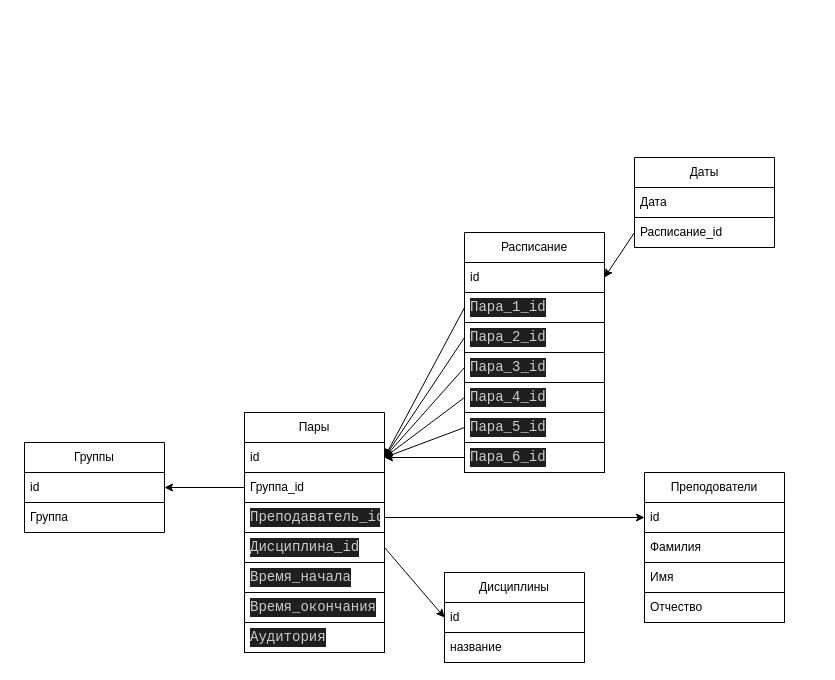
Before: sheme.drawio in N1k100n/tg.bot, a draw.io diagram. Source tidied: cells renumbered, new cells numbered last; positions are measured from the earlier drawing's top-left corner, leaving out a move shared by most shapes. Both pictures are drawn from the tidied source at 100%, with x=0, y=0 at pixel (24, 157).
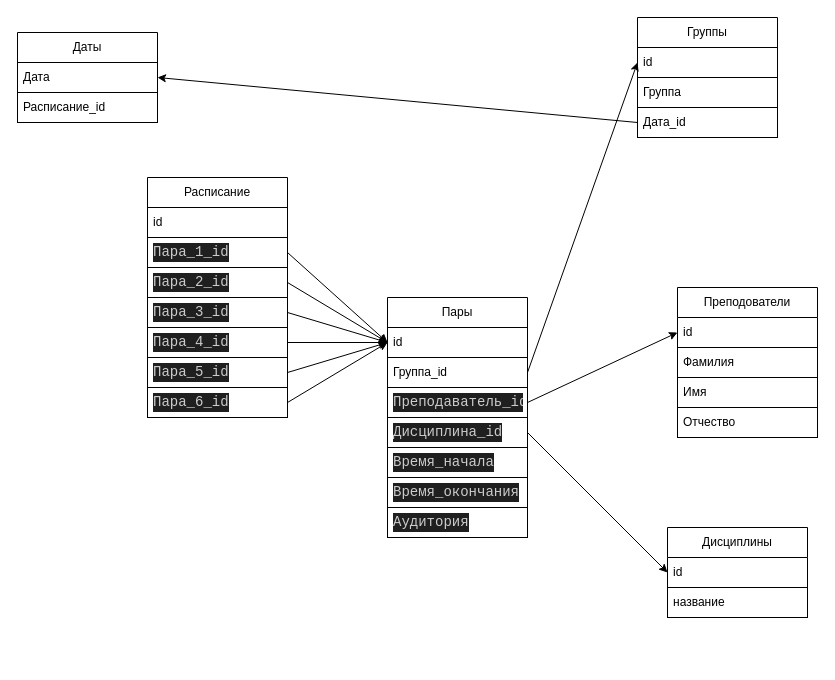
After the change.

Commit message:
готовая схема бд

Unchanged cells that the change refers to:
```xml
<mxCell id="3" value="id" style="text;strokeColor=default;fillColor=none;align=left;verticalAlign=middle;spacingLeft=4;spacingRight=4;overflow=hidden;points=[[0,0.5],[1,0.5]];portConstraint=eastwest;whiteSpace=wrap;html=1;" parent="2" vertex="1">
  <mxGeometry y="30" width="140" height="30" as="geometry" />
</mxCell>
<mxCell id="4" value="&lt;div style=&quot;color: rgb(204, 204, 204); background-color: rgb(31, 31, 31); font-family: Consolas, &amp;quot;Courier New&amp;quot;, monospace; font-size: 14px; line-height: 19px;&quot;&gt;Пара_1_id&lt;/div&gt;" style="text;strokeColor=default;fillColor=none;align=left;verticalAlign=middle;spacingLeft=4;spacingRight=4;overflow=hidden;points=[[0,0.5],[1,0.5]];portConstraint=eastwest;whiteSpace=wrap;html=1;" parent="2" vertex="1">
  <mxGeometry y="60" width="140" height="30" as="geometry" />
</mxCell>
<mxCell id="5" value="&lt;div style=&quot;color: rgb(204, 204, 204); background-color: rgb(31, 31, 31); font-family: Consolas, &amp;quot;Courier New&amp;quot;, monospace; font-size: 14px; line-height: 19px;&quot;&gt;Пара_2_id&lt;/div&gt;" style="text;strokeColor=default;fillColor=none;align=left;verticalAlign=middle;spacingLeft=4;spacingRight=4;overflow=hidden;points=[[0,0.5],[1,0.5]];portConstraint=eastwest;whiteSpace=wrap;html=1;" parent="2" vertex="1">
  <mxGeometry y="90" width="140" height="30" as="geometry" />
</mxCell>
<mxCell id="6" value="&lt;div style=&quot;color: rgb(204, 204, 204); background-color: rgb(31, 31, 31); font-family: Consolas, &amp;quot;Courier New&amp;quot;, monospace; font-size: 14px; line-height: 19px;&quot;&gt;Пара_3_id&lt;/div&gt;" style="text;strokeColor=default;fillColor=none;align=left;verticalAlign=middle;spacingLeft=4;spacingRight=4;overflow=hidden;points=[[0,0.5],[1,0.5]];portConstraint=eastwest;whiteSpace=wrap;html=1;" parent="2" vertex="1">
  <mxGeometry y="120" width="140" height="30" as="geometry" />
</mxCell>
<mxCell id="7" value="&lt;div style=&quot;color: rgb(204, 204, 204); background-color: rgb(31, 31, 31); font-family: Consolas, &amp;quot;Courier New&amp;quot;, monospace; font-size: 14px; line-height: 19px;&quot;&gt;Пара_4_id&lt;/div&gt;" style="text;strokeColor=default;fillColor=none;align=left;verticalAlign=middle;spacingLeft=4;spacingRight=4;overflow=hidden;points=[[0,0.5],[1,0.5]];portConstraint=eastwest;whiteSpace=wrap;html=1;" parent="2" vertex="1">
  <mxGeometry y="150" width="140" height="30" as="geometry" />
</mxCell>
<mxCell id="8" value="&lt;div style=&quot;color: rgb(204, 204, 204); background-color: rgb(31, 31, 31); font-family: Consolas, &amp;quot;Courier New&amp;quot;, monospace; font-size: 14px; line-height: 19px;&quot;&gt;Пара_5_id&lt;/div&gt;" style="text;strokeColor=default;fillColor=none;align=left;verticalAlign=middle;spacingLeft=4;spacingRight=4;overflow=hidden;points=[[0,0.5],[1,0.5]];portConstraint=eastwest;whiteSpace=wrap;html=1;" parent="2" vertex="1">
  <mxGeometry y="180" width="140" height="30" as="geometry" />
</mxCell>
<mxCell id="9" value="&lt;div style=&quot;color: rgb(204, 204, 204); background-color: rgb(31, 31, 31); font-family: Consolas, &amp;quot;Courier New&amp;quot;, monospace; font-size: 14px; line-height: 19px;&quot;&gt;&lt;div style=&quot;line-height: 19px;&quot;&gt;Пара_6_id&lt;/div&gt;&lt;/div&gt;" style="text;strokeColor=default;fillColor=none;align=left;verticalAlign=middle;spacingLeft=4;spacingRight=4;overflow=hidden;points=[[0,0.5],[1,0.5]];portConstraint=eastwest;whiteSpace=wrap;html=1;" parent="2" vertex="1">
  <mxGeometry y="210" width="140" height="30" as="geometry" />
</mxCell>
<mxCell id="11" value="id" style="text;strokeColor=default;fillColor=none;align=left;verticalAlign=middle;spacingLeft=4;spacingRight=4;overflow=hidden;points=[[0,0.5],[1,0.5]];portConstraint=eastwest;whiteSpace=wrap;html=1;" parent="10" vertex="1">
  <mxGeometry y="30" width="140" height="30" as="geometry" />
</mxCell>
<mxCell id="19" value="id" style="text;strokeColor=default;fillColor=none;align=left;verticalAlign=middle;spacingLeft=4;spacingRight=4;overflow=hidden;points=[[0,0.5],[1,0.5]];portConstraint=eastwest;whiteSpace=wrap;html=1;" parent="18" vertex="1">
  <mxGeometry y="30" width="140" height="30" as="geometry" />
</mxCell>
<mxCell id="20" value="Группа_id" style="text;strokeColor=default;fillColor=none;align=left;verticalAlign=middle;spacingLeft=4;spacingRight=4;overflow=hidden;points=[[0,0.5],[1,0.5]];portConstraint=eastwest;whiteSpace=wrap;html=1;" parent="18" vertex="1">
  <mxGeometry y="60" width="140" height="30" as="geometry" />
</mxCell>
<mxCell id="28" value="Расписание_id" style="text;strokeColor=default;fillColor=none;align=left;verticalAlign=middle;spacingLeft=4;spacingRight=4;overflow=hidden;points=[[0,0.5],[1,0.5]];portConstraint=eastwest;whiteSpace=wrap;html=1;" parent="26" vertex="1">
  <mxGeometry y="60" width="140" height="30" as="geometry" />
</mxCell>
```

The edit, as a diff of the source:
```diff
@@
     <mxCell id="2" value="Расписание" style="swimlane;fontStyle=0;horizontal=1;startSize=30;whiteSpace=wrap;html=1;" parent="1" vertex="1">
-      <mxGeometry x="440" y="75" width="140" height="240" as="geometry" />
+      <mxGeometry x="123" y="20" width="140" height="240" as="geometry" />
     </mxCell>
@@
     <mxCell id="10" value="Группы" style="swimlane;fontStyle=0;horizontal=1;startSize=30;whiteSpace=wrap;html=1;strokeColor=default;fillColor=default;" parent="1" vertex="1">
-      <mxGeometry y="285" width="140" height="90" as="geometry" />
+      <mxGeometry x="613" y="-140" width="140" height="120" as="geometry" />
     </mxCell>
@@
+    <mxCell id="42" value="Дата_id" style="text;strokeColor=default;fillColor=none;align=left;verticalAlign=middle;spacingLeft=4;spacingRight=4;overflow=hidden;points=[[0,0.5],[1,0.5]];portConstraint=eastwest;whiteSpace=wrap;html=1;" parent="10" vertex="1">
+      <mxGeometry y="90" width="140" height="30" as="geometry" />
+    </mxCell>
     <mxCell id="13" value="Преподователи" style="swimlane;fontStyle=0;horizontal=1;startSize=30;whiteSpace=wrap;html=1;strokeColor=default;fillColor=default;" parent="1" vertex="1">
-      <mxGeometry x="620" y="315" width="140" height="150" as="geometry" />
+      <mxGeometry x="653" y="130" width="140" height="150" as="geometry" />
     </mxCell>
@@
     <mxCell id="18" value="Пары" style="swimlane;fontStyle=0;horizontal=1;startSize=30;whiteSpace=wrap;html=1;strokeColor=default;fillColor=default;" parent="1" vertex="1">
-      <mxGeometry x="220" y="255" width="140" height="240" as="geometry" />
+      <mxGeometry x="363" y="140" width="140" height="240" as="geometry" />
     </mxCell>
@@
     <mxCell id="26" value="Даты" style="swimlane;fontStyle=0;horizontal=1;startSize=30;whiteSpace=wrap;html=1;strokeColor=default;fillColor=none;" parent="1" vertex="1">
-      <mxGeometry x="610" width="140" height="90" as="geometry" />
+      <mxGeometry x="-7" y="-125" width="140" height="90" as="geometry" />
     </mxCell>
@@
     <mxCell id="29" value="Дисциплины" style="swimlane;fontStyle=0;horizontal=1;startSize=30;whiteSpace=wrap;html=1;strokeColor=default;fillColor=none;" parent="1" vertex="1">
-      <mxGeometry x="420" y="415" width="140" height="90" as="geometry" />
+      <mxGeometry x="643" y="370" width="140" height="90" as="geometry" />
     </mxCell>
@@
-    <mxCell id="34" style="edgeStyle=none;html=1;exitX=0;exitY=0.5;exitDx=0;exitDy=0;entryX=1;entryY=0.5;entryDx=0;entryDy=0;" parent="1" edge="1" source="20" target="11">
-      <mxGeometry relative="1" as="geometry" />
-    </mxCell>
-    <mxCell id="35" style="edgeStyle=none;html=1;exitX=0;exitY=0.5;exitDx=0;exitDy=0;entryX=1;entryY=0.5;entryDx=0;entryDy=0;" parent="1" edge="1" source="28" target="3">
-      <mxGeometry relative="1" as="geometry" />
-    </mxCell>
-    <mxCell id="36" style="edgeStyle=none;html=1;exitX=0;exitY=0.5;exitDx=0;exitDy=0;entryX=1;entryY=0.5;entryDx=0;entryDy=0;" parent="1" edge="1" source="4" target="19">
+    <mxCell id="36" style="edgeStyle=none;html=1;exitX=1;exitY=0.5;exitDx=0;exitDy=0;entryX=0;entryY=0.5;entryDx=0;entryDy=0;" parent="1" edge="1" source="4" target="19">
       <mxGeometry relative="1" as="geometry" />
     </mxCell>
+    <mxCell id="41" style="edgeStyle=none;html=1;exitX=1;exitY=0.5;exitDx=0;exitDy=0;entryX=0;entryY=0.5;entryDx=0;entryDy=0;" parent="1" edge="1" source="5" target="19">
+      <mxGeometry relative="1" as="geometry" />
+    </mxCell>
-    <mxCell id="37" style="edgeStyle=none;html=1;exitX=0;exitY=0.5;exitDx=0;exitDy=0;entryX=1;entryY=0.5;entryDx=0;entryDy=0;" parent="1" edge="1" source="6" target="19">
+    <mxCell id="37" style="edgeStyle=none;html=1;exitX=1;exitY=0.5;exitDx=0;exitDy=0;entryX=0;entryY=0.5;entryDx=0;entryDy=0;" parent="1" edge="1" source="6" target="19">
       <mxGeometry relative="1" as="geometry" />
     </mxCell>
-    <mxCell id="38" style="edgeStyle=none;html=1;exitX=0;exitY=0.5;exitDx=0;exitDy=0;entryX=1;entryY=0.5;entryDx=0;entryDy=0;" parent="1" edge="1" source="7" target="19">
+    <mxCell id="38" style="edgeStyle=none;html=1;exitX=1;exitY=0.5;exitDx=0;exitDy=0;entryX=0;entryY=0.5;entryDx=0;entryDy=0;" parent="1" edge="1" source="7" target="19">
       <mxGeometry relative="1" as="geometry" />
     </mxCell>
-    <mxCell id="39" style="edgeStyle=none;html=1;exitX=0;exitY=0.5;exitDx=0;exitDy=0;entryX=1;entryY=0.5;entryDx=0;entryDy=0;" parent="1" edge="1" source="8" target="19">
+    <mxCell id="39" style="edgeStyle=none;html=1;exitX=1;exitY=0.5;exitDx=0;exitDy=0;entryX=0;entryY=0.5;entryDx=0;entryDy=0;" parent="1" edge="1" source="8" target="19">
       <mxGeometry relative="1" as="geometry" />
     </mxCell>
-    <mxCell id="40" style="edgeStyle=none;html=1;exitX=0;exitY=0.5;exitDx=0;exitDy=0;entryX=1;entryY=0.5;entryDx=0;entryDy=0;" parent="1" edge="1" source="9" target="19">
+    <mxCell id="40" style="edgeStyle=none;html=1;exitX=1;exitY=0.5;exitDx=0;exitDy=0;entryX=0;entryY=0.5;entryDx=0;entryDy=0;" parent="1" edge="1" source="9" target="19">
       <mxGeometry relative="1" as="geometry" />
     </mxCell>
-    <mxCell id="41" style="edgeStyle=none;html=1;exitX=0;exitY=0.5;exitDx=0;exitDy=0;entryX=1;entryY=0.5;entryDx=0;entryDy=0;" parent="1" edge="1" source="5" target="19">
-      <mxGeometry relative="1" as="geometry" />
-    </mxCell>
+    <mxCell id="34" style="edgeStyle=none;html=1;exitX=1;exitY=0.5;exitDx=0;exitDy=0;entryX=0;entryY=0.5;entryDx=0;entryDy=0;" parent="1" edge="1" source="20" target="11">
+      <mxGeometry relative="1" as="geometry" />
+    </mxCell>
+    <mxCell id="43" style="edgeStyle=none;html=1;exitX=0;exitY=0.5;exitDx=0;exitDy=0;entryX=1;entryY=0.5;entryDx=0;entryDy=0;" parent="1" edge="1" source="42" target="26">
+      <mxGeometry relative="1" as="geometry" />
+    </mxCell>
```
